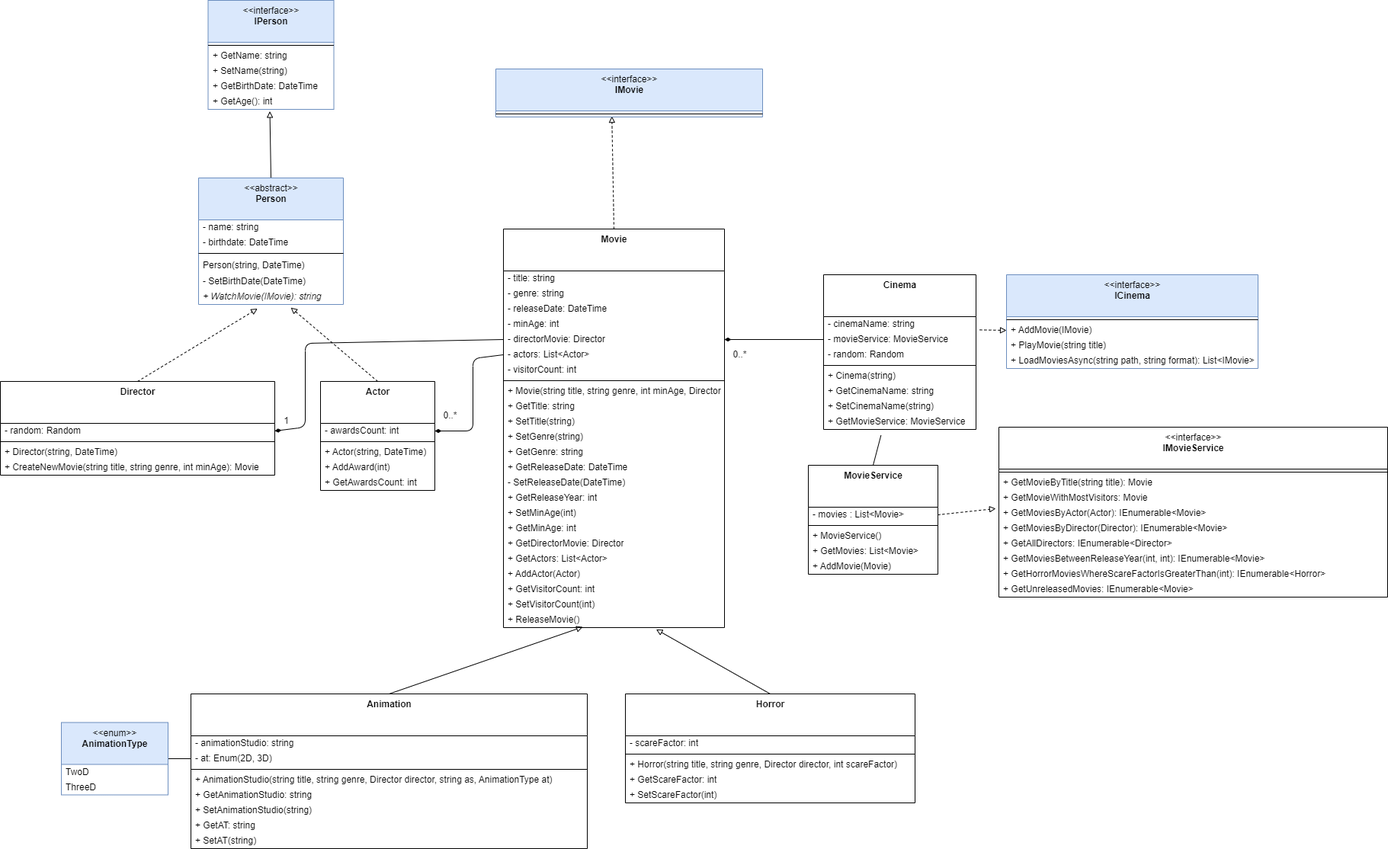
The draw.io diagram opgave/uml-schema.png in DuncanRoland/Pre-Examen1-movies, before a commit. Source tidied: cells renumbered, new cells last; positions are measured from the earlier drawing's top-left corner, leaving out a move shared by most shapes.
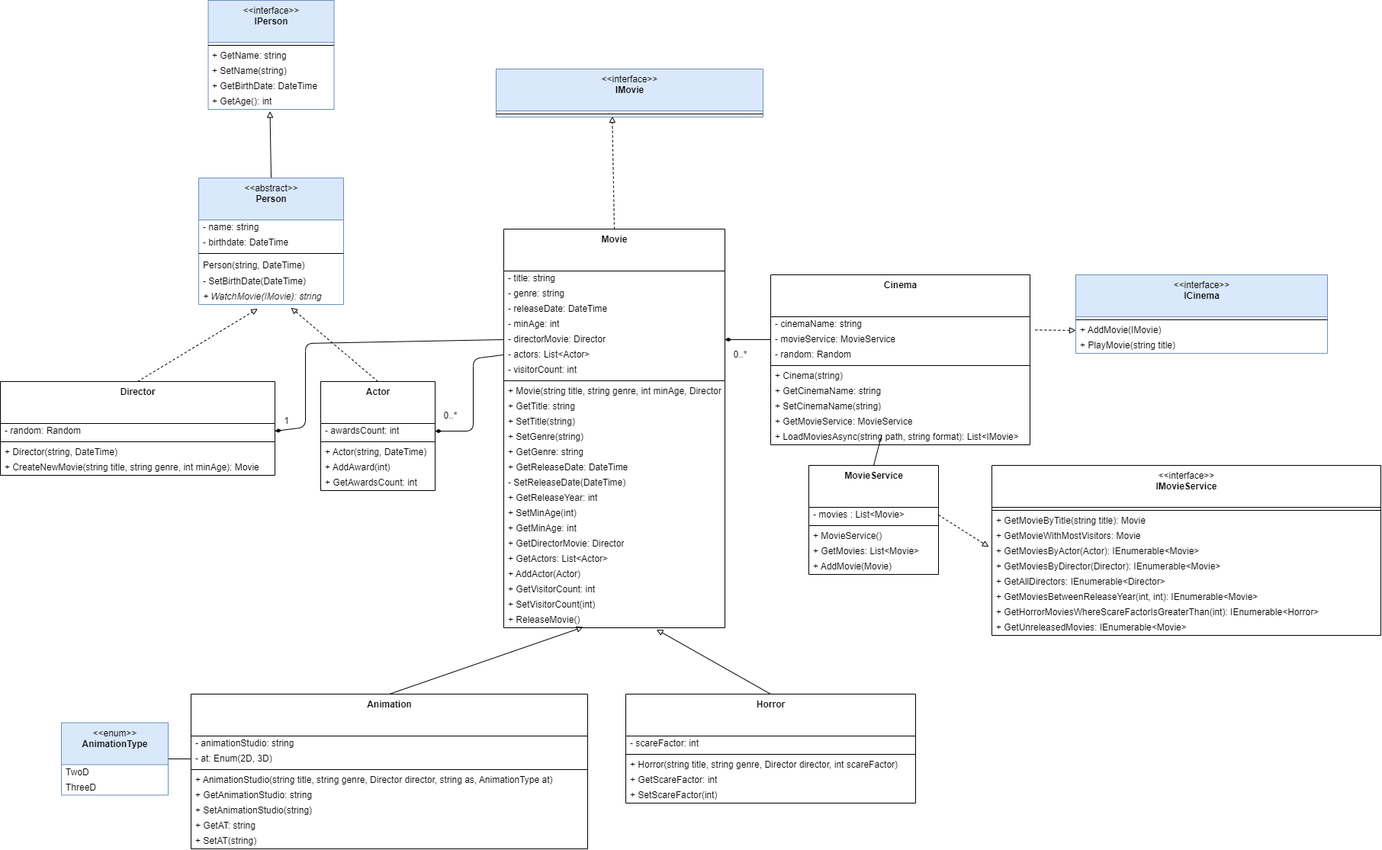
The same diagram one commit later.

Change to the diagram source:
```diff
@@ -229,34 +229,37 @@
       </mxGeometry>
     </mxCell>
     <mxCell id="74" value="&lt;b&gt;Cinema&lt;/b&gt;&lt;br&gt;" style="swimlane;fontStyle=0;align=center;verticalAlign=top;horizontal=1;startSize=55;html=1;rounded=0;" parent="1" vertex="1">
-      <mxGeometry x="1080" y="360" width="200" height="203" as="geometry" />
+      <mxGeometry x="1010" y="360" width="340" height="223" as="geometry" />
     </mxCell>
     <mxCell id="75" value="- cinemaName: string" style="text;html=1;strokeColor=none;fillColor=none;align=left;verticalAlign=middle;spacingLeft=4;spacingRight=4;overflow=hidden;points=[[0,0.5],[1,0.5]];portConstraint=eastwest;rounded=0;" parent="74" vertex="1">
-      <mxGeometry y="55" width="200" height="20" as="geometry" />
+      <mxGeometry y="55" width="340" height="20" as="geometry" />
     </mxCell>
     <mxCell id="76" value="- movieService: MovieService" style="text;html=1;strokeColor=none;fillColor=none;align=left;verticalAlign=middle;spacingLeft=4;spacingRight=4;overflow=hidden;points=[[0,0.5],[1,0.5]];portConstraint=eastwest;rounded=0;" parent="74" vertex="1">
-      <mxGeometry y="75" width="200" height="20" as="geometry" />
+      <mxGeometry y="75" width="340" height="20" as="geometry" />
     </mxCell>
     <mxCell id="77" value="- random: Random" style="text;html=1;strokeColor=none;fillColor=none;align=left;verticalAlign=middle;spacingLeft=4;spacingRight=4;overflow=hidden;rounded=0;" parent="74" vertex="1">
-      <mxGeometry y="95" width="200" height="20" as="geometry" />
+      <mxGeometry y="95" width="340" height="20" as="geometry" />
     </mxCell>
     <mxCell id="78" style="line;strokeWidth=1;fillColor=none;align=left;verticalAlign=middle;spacingTop=-1;spacingLeft=3;spacingRight=3;labelPosition=right;rounded=0;" parent="74" vertex="1">
-      <mxGeometry y="115" width="200" height="8" as="geometry" />
+      <mxGeometry y="115" width="340" height="8" as="geometry" />
     </mxCell>
     <mxCell id="79" value="+ Cinema(string)" style="text;html=1;strokeColor=none;fillColor=none;align=left;verticalAlign=middle;spacingLeft=4;spacingRight=4;overflow=hidden;rounded=0;" parent="74" vertex="1">
-      <mxGeometry y="123" width="200" height="20" as="geometry" />
+      <mxGeometry y="123" width="340" height="20" as="geometry" />
     </mxCell>
     <mxCell id="80" value="+ GetCinemaName: string" style="text;html=1;strokeColor=none;fillColor=none;align=left;verticalAlign=middle;spacingLeft=4;spacingRight=4;overflow=hidden;rounded=0;" parent="74" vertex="1">
-      <mxGeometry y="143" width="200" height="20" as="geometry" />
+      <mxGeometry y="143" width="340" height="20" as="geometry" />
     </mxCell>
     <mxCell id="81" value="+ SetCinemaName(string)" style="text;html=1;strokeColor=none;fillColor=none;align=left;verticalAlign=middle;spacingLeft=4;spacingRight=4;overflow=hidden;rounded=0;" parent="74" vertex="1">
-      <mxGeometry y="163" width="200" height="20" as="geometry" />
+      <mxGeometry y="163" width="340" height="20" as="geometry" />
     </mxCell>
     <mxCell id="82" value="+ GetMovieService: MovieService" style="text;html=1;strokeColor=none;fillColor=none;align=left;verticalAlign=middle;spacingLeft=4;spacingRight=4;overflow=hidden;rounded=0;" parent="74" vertex="1">
-      <mxGeometry y="183" width="200" height="20" as="geometry" />
+      <mxGeometry y="183" width="340" height="20" as="geometry" />
     </mxCell>
+    <mxCell id="87" value="+ LoadMoviesAsync(string path, string format): List&amp;lt;IMovie&amp;gt;" style="text;html=1;strokeColor=none;fillColor=none;align=left;verticalAlign=middle;spacingLeft=4;spacingRight=4;overflow=hidden;rounded=0;" parent="74" vertex="1">
+      <mxGeometry y="203" width="340" height="20" as="geometry" />
+    </mxCell>
     <mxCell id="83" value="&amp;lt;&amp;lt;interface&amp;gt;&amp;gt;&lt;br&gt;&lt;b&gt;ICinema&lt;/b&gt;&lt;br&gt;" style="swimlane;fontStyle=0;align=center;verticalAlign=top;horizontal=1;startSize=55;html=1;rounded=0;fillColor=#dae8fc;strokeColor=#6c8ebf;" parent="1" vertex="1">
-      <mxGeometry x="1320" y="360" width="330" height="123" as="geometry" />
+      <mxGeometry x="1410" y="360" width="330" height="103" as="geometry" />
     </mxCell>
     <mxCell id="84" style="line;strokeWidth=1;fillColor=none;align=left;verticalAlign=middle;spacingTop=-1;spacingLeft=3;spacingRight=3;labelPosition=right;rounded=0;" parent="83" vertex="1">
       <mxGeometry y="55" width="330" height="8" as="geometry" />
@@ -267,11 +270,8 @@
     <mxCell id="86" value="+ PlayMovie(string title)" style="text;html=1;strokeColor=none;fillColor=none;align=left;verticalAlign=middle;spacingLeft=4;spacingRight=4;overflow=hidden;rounded=0;" parent="83" vertex="1">
       <mxGeometry y="83" width="330" height="20" as="geometry" />
     </mxCell>
-    <mxCell id="87" value="+ LoadMoviesAsync(string path, string format): List&amp;lt;IMovie&amp;gt;" style="text;html=1;strokeColor=none;fillColor=none;align=left;verticalAlign=middle;spacingLeft=4;spacingRight=4;overflow=hidden;rounded=0;" parent="83" vertex="1">
-      <mxGeometry y="103" width="330" height="20" as="geometry" />
-    </mxCell>
     <mxCell id="88" value="&amp;lt;&amp;lt;interface&amp;gt;&amp;gt;&lt;br&gt;&lt;b&gt;IMovieService&lt;/b&gt;" style="swimlane;fontStyle=0;align=center;verticalAlign=top;horizontal=1;startSize=55;html=1;rounded=0;" parent="1" vertex="1">
-      <mxGeometry x="1310" y="560" width="510" height="223" as="geometry" />
+      <mxGeometry x="1300" y="610" width="510" height="223" as="geometry" />
     </mxCell>
     <mxCell id="89" style="line;strokeWidth=1;fillColor=none;align=left;verticalAlign=middle;spacingTop=-1;spacingLeft=3;spacingRight=3;labelPosition=right;rounded=0;" parent="88" vertex="1">
       <mxGeometry y="55" width="510" height="8" as="geometry" />
```
